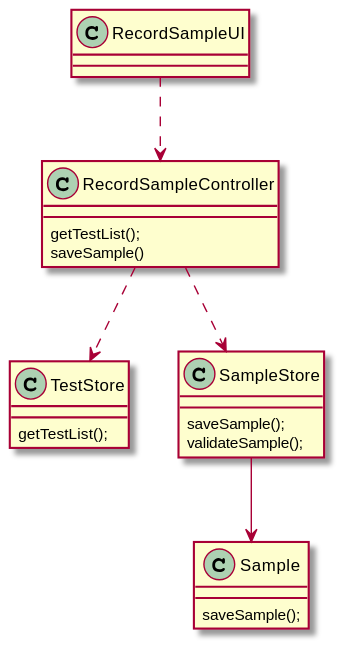
The PlantUML diagram docs/SprintC/US05/US5_CD.svg in MarianaCLages/LAPR2, before a commit.
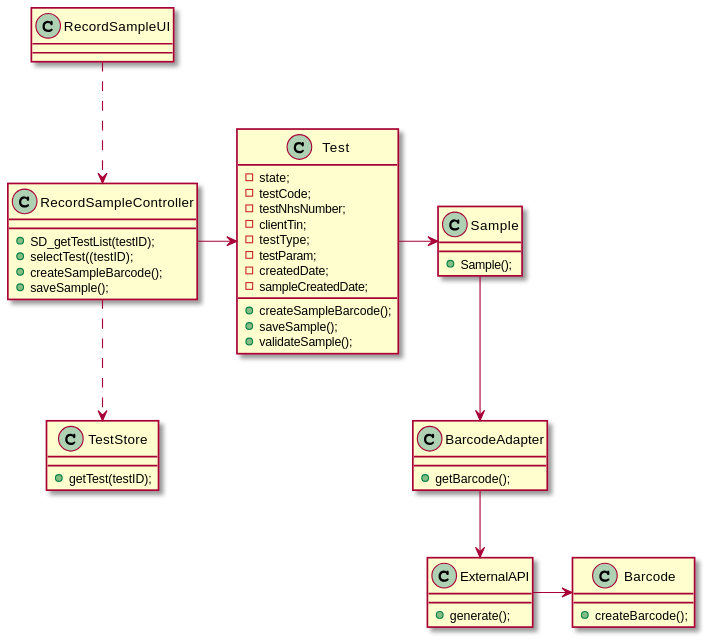
Later version of the same file.

The edit, as a diff of the source:
```diff
@@ -4,26 +4,52 @@
 }
 
 class RecordSampleController{
-getTestList();
-saveSample()
++ SD_getTestList(testID);
++ selectTest((testID);
++ createSampleBarcode();
++ saveSample();
 }
 
 class TestStore{
-getTestList();
++ getTest(testID);
 }
 
-class SampleStore{
-saveSample();
-validateSample();
+class Test{
+-state;
+-testCode;
+-testNhsNumber;
+-clientTin;
+-testType;
+-testParam;
+-createdDate;
+-sampleCreatedDate;
++ createSampleBarcode();
++ saveSample();
++ validateSample();
 }
 
 class Sample{
-saveSample();
++ Sample();
+}
+
+class BarcodeAdapter{
++ getBarcode();
+}
+
+class ExternalAPI{
++ generate();
+}
+
+class Barcode{
++ createBarcode();
 }
 
 RecordSampleUI ..> RecordSampleController
 RecordSampleController ..> TestStore
-RecordSampleController ..> SampleStore
-SampleStore --> Sample
+RecordSampleController -> Test
+Test -> Sample
+Sample --> BarcodeAdapter
+BarcodeAdapter --> ExternalAPI
+ExternalAPI -> Barcode
 
 @enduml
```
